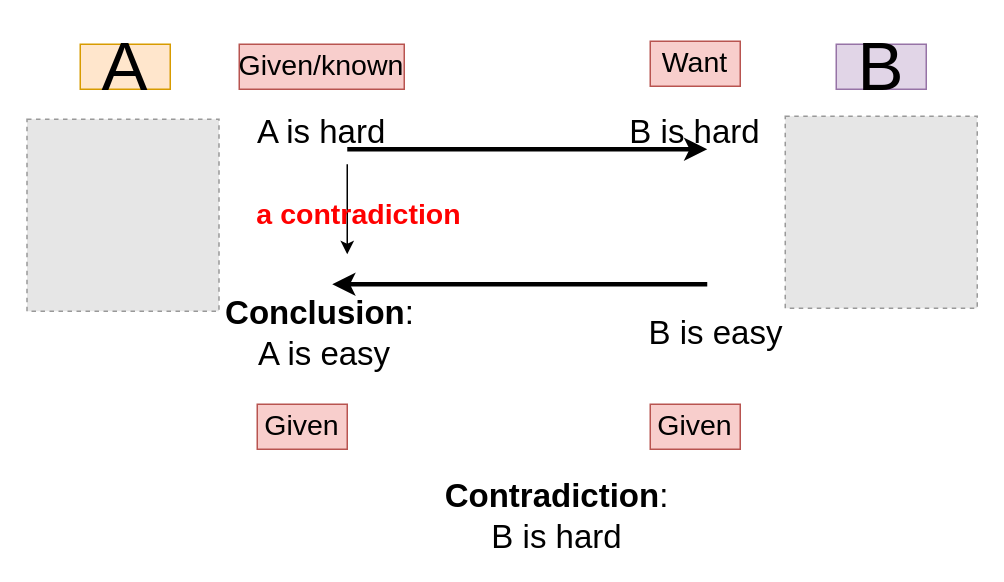
This is complexity-theory-hard.drawio from huyle84/diagrams, a draw.io file, before an edit. Source tidied: cells renumbered, new cells numbered last; positions are measured from the earlier drawing's top-left corner, leaving out a move shared by most shapes. Both pictures are drawn from the tidied source at 150%, with x=0, y=0 at pixel (26, 40). Pictures stored in the file or linked from it are replaced by grey dashed boxes.
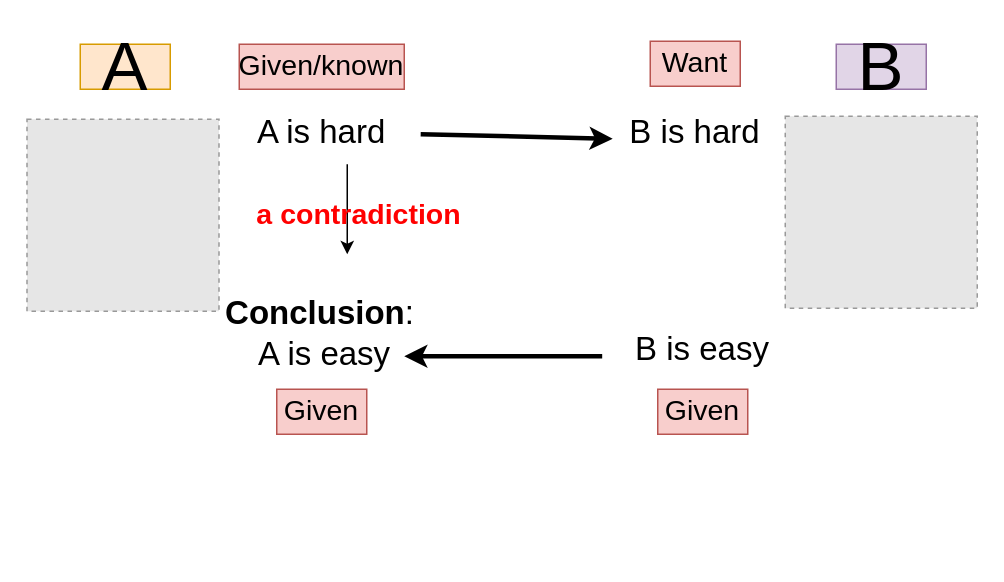
After the change.

Unchanged cells that the change refers to:
```xml
<mxCell id="8" value="&lt;font style=&quot;font-size: 22px;&quot;&gt;&lt;br&gt;&amp;nbsp;A is hard&lt;/font&gt;" style="text;html=1;strokeColor=none;fillColor=none;align=center;verticalAlign=middle;whiteSpace=wrap;rounded=0;" parent="1" vertex="1">
  <mxGeometry x="114" y="32" width="160" height="30" as="geometry" />
</mxCell>
<mxCell id="9" value="&lt;font style=&quot;font-size: 22px;&quot;&gt;&lt;br&gt;B is hard&lt;/font&gt;" style="text;html=1;strokeColor=none;fillColor=none;align=center;verticalAlign=middle;whiteSpace=wrap;rounded=0;" parent="1" vertex="1">
  <mxGeometry x="366" y="32" width="160" height="30" as="geometry" />
</mxCell>
```

Diff of the diagram source:
```diff
@@
-    <mxCell id="6" style="endArrow=classic;html=1;rounded=0;strokeWidth=3;" parent="1" edge="1">
-      <mxGeometry relative="1" as="geometry">
-        <mxPoint x="214" y="72" as="sourcePoint" />
-        <mxPoint x="454" y="72" as="targetPoint" />
-      </mxGeometry>
+    <mxCell id="6" style="endArrow=classic;html=1;rounded=0;strokeWidth=3;exitX=0.931;exitY=1;exitDx=0;exitDy=0;exitPerimeter=0;entryX=0.156;entryY=1.1;entryDx=0;entryDy=0;entryPerimeter=0;" parent="1" edge="1" source="8" target="9">
+      <mxGeometry relative="1" as="geometry" />
     </mxCell>
-    <mxCell id="7" style="endArrow=classic;html=1;rounded=0;strokeWidth=3;" parent="1" edge="1">
+    <mxCell id="7" style="endArrow=classic;html=1;rounded=0;strokeWidth=3;exitX=0.081;exitY=0.633;exitDx=0;exitDy=0;exitPerimeter=0;" parent="1" edge="1" source="10">
       <mxGeometry relative="1" as="geometry">
-        <mxPoint x="454" y="162" as="sourcePoint" />
-        <mxPoint x="204" y="162" as="targetPoint" />
+        <mxPoint x="252" y="210" as="targetPoint" />
       </mxGeometry>
     </mxCell>
@@
     <mxCell id="10" value="&lt;font style=&quot;font-size: 22px;&quot;&gt;B is easy&lt;/font&gt;" style="text;html=1;strokeColor=none;fillColor=none;align=center;verticalAlign=middle;whiteSpace=wrap;rounded=0;" parent="1" vertex="1">
-      <mxGeometry x="380" y="180" width="160" height="30" as="geometry" />
+      <mxGeometry x="371" y="191" width="160" height="30" as="geometry" />
     </mxCell>
@@
     <mxCell id="14" value="&lt;font style=&quot;font-size: 19px;&quot;&gt;Given&lt;/font&gt;" style="text;html=1;strokeColor=#b85450;fillColor=#f8cecc;align=center;verticalAlign=middle;whiteSpace=wrap;rounded=0;" parent="1" vertex="1">
-      <mxGeometry x="154" y="242" width="60" height="30" as="geometry" />
+      <mxGeometry x="167" y="232" width="60" height="30" as="geometry" />
     </mxCell>
     <mxCell id="15" value="&lt;font style=&quot;font-size: 19px;&quot;&gt;Given&lt;/font&gt;" style="text;html=1;strokeColor=#b85450;fillColor=#f8cecc;align=center;verticalAlign=middle;whiteSpace=wrap;rounded=0;" parent="1" vertex="1">
-      <mxGeometry x="416" y="242" width="60" height="30" as="geometry" />
+      <mxGeometry x="421" y="232" width="60" height="30" as="geometry" />
     </mxCell>
-    <mxCell id="16" value="&lt;font style=&quot;font-size: 22px;&quot;&gt;&lt;b&gt;Contradiction&lt;/b&gt;: B is hard&lt;/font&gt;" style="text;html=1;strokeColor=none;fillColor=none;align=center;verticalAlign=middle;whiteSpace=wrap;rounded=0;" parent="1" vertex="1">
-      <mxGeometry x="274" y="302" width="160" height="30" as="geometry" />
-    </mxCell>
```
